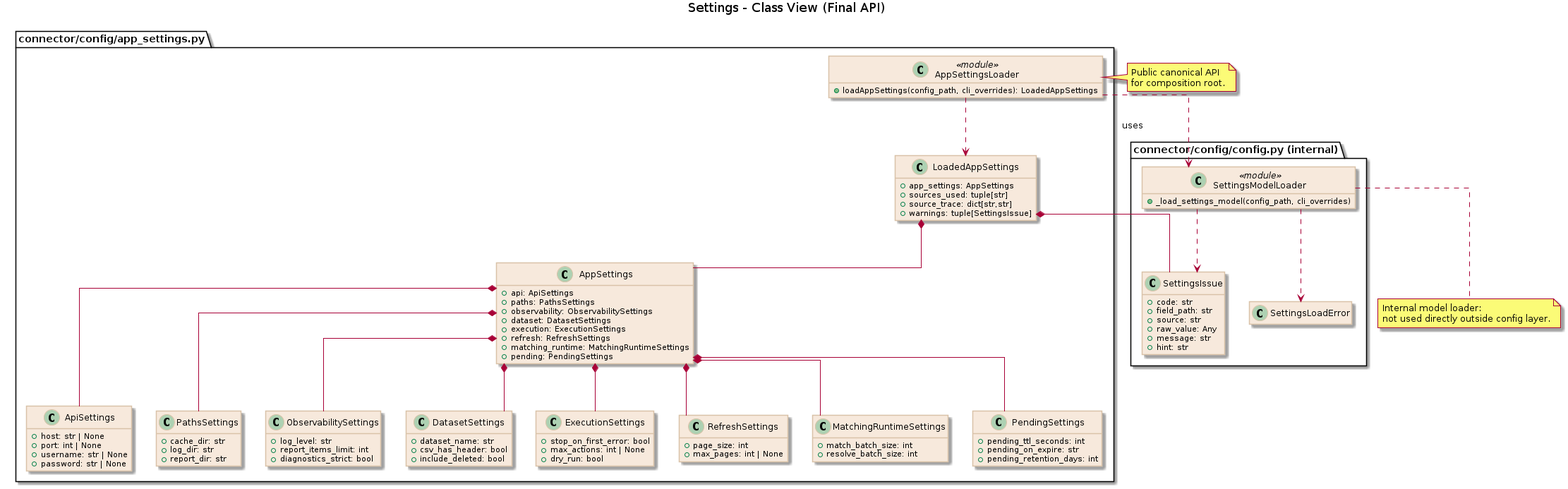
xORex-LC/nexus-etl keeps this PlantUML diagram as docs/uml/config/settings_class.png. Above is the earlier version. Its source is kept beside it as docs/uml/config/settings_class.puml. Its diagram source:
```plantuml
@startuml
title Settings - Class View (Final API)

set namespaceSeparator none
skinparam backgroundColor white
skinparam linetype ortho
skinparam defaultFontName Arial
skinparam class {
  BackgroundColor #f7e9dc
  BorderColor #d9c2a8
}
hide empty members

package "connector/config/app_settings.py" {
  class AppSettings {
    +api: ApiSettings
    +paths: PathsSettings
    +observability: ObservabilitySettings
    +dataset: DatasetSettings
    +execution: ExecutionSettings
    +refresh: RefreshSettings
    +matching_runtime: MatchingRuntimeSettings
    +pending: PendingSettings
  }

  class LoadedAppSettings {
    +app_settings: AppSettings
    +sources_used: tuple[str]
    +source_trace: dict[str,str]
    +warnings: tuple[SettingsIssue]
  }

  class ApiSettings {
    +host: str | None
    +port: int | None
    +username: str | None
    +password: str | None
  }
  class PathsSettings {
    +cache_dir: str
    +log_dir: str
    +report_dir: str
  }
  class ObservabilitySettings {
    +log_level: str
    +report_items_limit: int
    +diagnostics_strict: bool
  }
  class DatasetSettings {
    +dataset_name: str
    +csv_has_header: bool
    +include_deleted: bool
  }
  class ExecutionSettings {
    +stop_on_first_error: bool
    +max_actions: int | None
    +dry_run: bool
  }
  class RefreshSettings {
    +page_size: int
    +max_pages: int | None
  }
  class MatchingRuntimeSettings {
    +match_batch_size: int
    +resolve_batch_size: int
  }
  class PendingSettings {
    +pending_ttl_seconds: int
    +pending_on_expire: str
    +pending_retention_days: int
  }

  class AppSettingsLoader <<module>> {
    +loadAppSettings(config_path, cli_overrides): LoadedAppSettings
  }
}

package "connector/config/config.py (internal)" {
  class SettingsModelLoader <<module>> {
    +_load_settings_model(config_path, cli_overrides)
  }
  class SettingsIssue {
    +code: str
    +field_path: str
    +source: str
    +raw_value: Any
    +message: str
    +hint: str
  }
  class SettingsLoadError
}

AppSettings *-- ApiSettings
AppSettings *-- PathsSettings
AppSettings *-- ObservabilitySettings
AppSettings *-- DatasetSettings
AppSettings *-- ExecutionSettings
AppSettings *-- RefreshSettings
AppSettings *-- MatchingRuntimeSettings
AppSettings *-- PendingSettings

LoadedAppSettings *-- AppSettings
LoadedAppSettings *-- SettingsIssue

AppSettingsLoader ..> SettingsModelLoader : uses
AppSettingsLoader ..> LoadedAppSettings
SettingsModelLoader ..> SettingsLoadError
SettingsModelLoader ..> SettingsIssue

note right of AppSettingsLoader
Public canonical API
for composition root.
end note

note bottom of SettingsModelLoader
Internal model loader:
not used directly outside config layer.
end note

@enduml
```
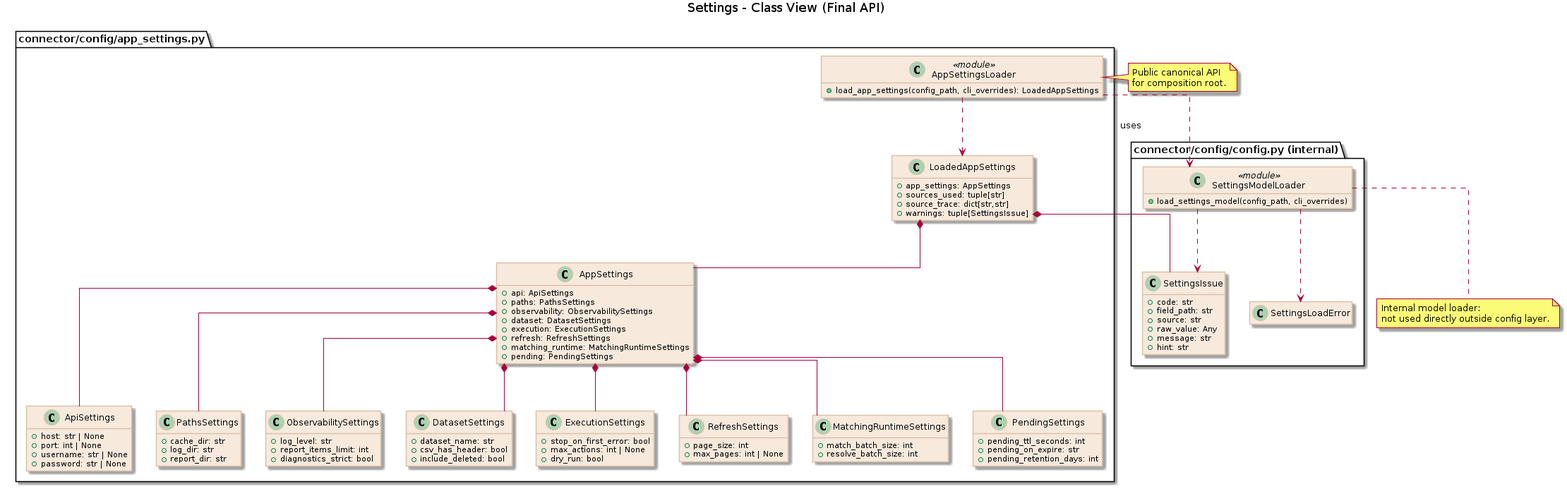
Above is the later version.

Change to the diagram source:
```diff
@@ -71,13 +71,13 @@
   }
 
   class AppSettingsLoader <<module>> {
-    +loadAppSettings(config_path, cli_overrides): LoadedAppSettings
+    +load_app_settings(config_path, cli_overrides): LoadedAppSettings
   }
 }
 
 package "connector/config/config.py (internal)" {
   class SettingsModelLoader <<module>> {
-    +_load_settings_model(config_path, cli_overrides)
+    +load_settings_model(config_path, cli_overrides)
   }
   class SettingsIssue {
     +code: str
```
